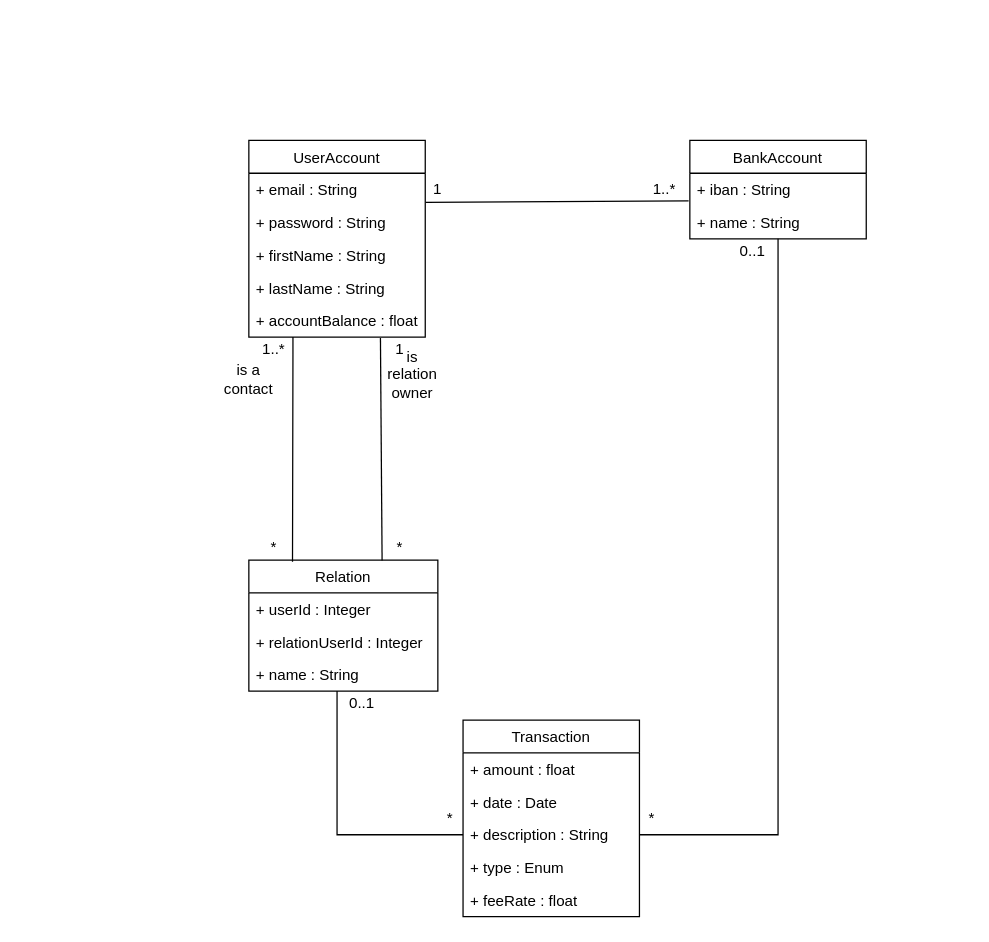
Before: page "diagramme_de_classes" (2 of 2) of PayMyBuddy_UML_diagrams.drawio in xhxcx/PayMyBuddy, a draw.io diagram. Source tidied: cells renumbered, new cells numbered last; positions are measured from the earlier drawing's top-left corner, leaving out a move shared by most shapes. Both pictures are drawn from the tidied source at 126%, with x=0, y=0 at pixel (223, 140).
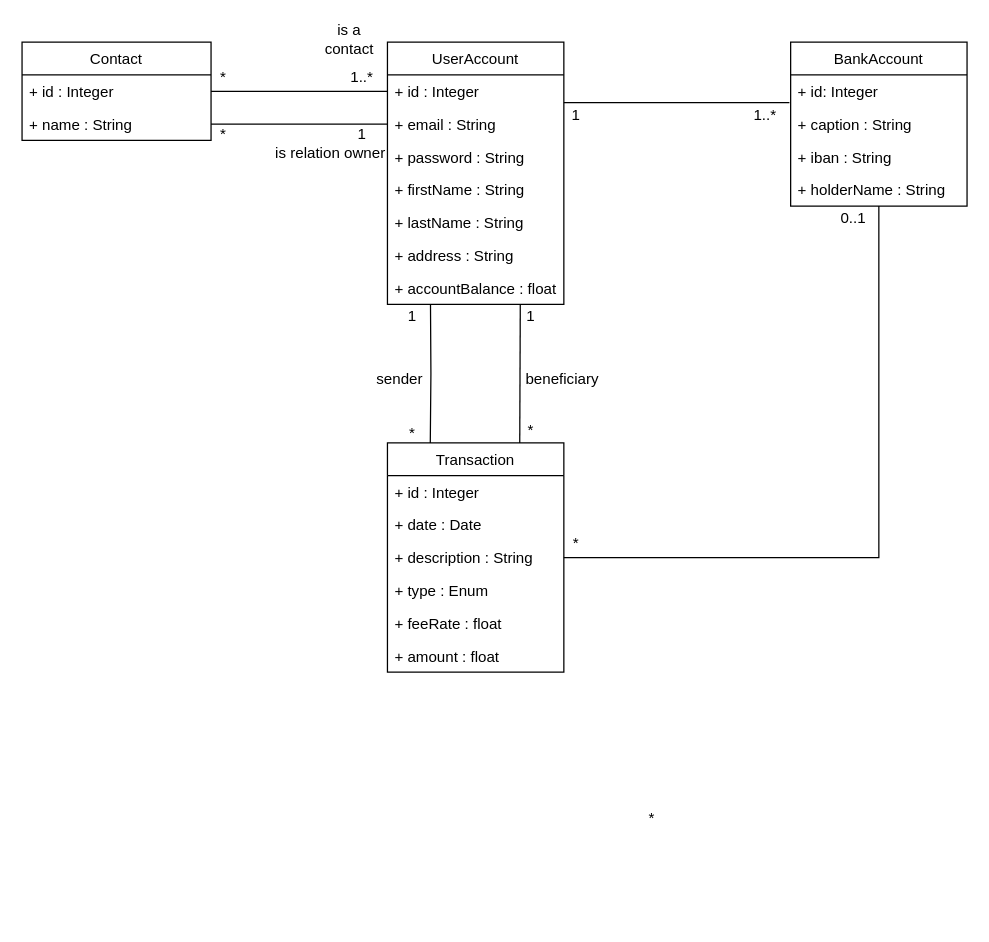
The same diagram, later.

The change refers to these unchanged cells:
```xml
<mxCell id="15" value="+ description : String" style="text;strokeColor=none;fillColor=none;align=left;verticalAlign=top;spacingLeft=4;spacingRight=4;overflow=hidden;points=[[0,0.5],[1,0.5]];portConstraint=eastwest;" parent="12" vertex="1">
  <mxGeometry y="78" width="140" height="26" as="geometry" />
</mxCell>
```

Change to the diagram source:
```diff
@@
     <mxCell id="2" value="UserAccount" style="swimlane;fontStyle=0;horizontal=1;startSize=26;fillColor=none;" parent="1" vertex="1">
-      <mxGeometry x="20" width="140" height="156" as="geometry" />
+      <mxGeometry x="130" y="-78" width="140" height="208" as="geometry" />
     </mxCell>
-    <mxCell id="3" value="+ email : String" style="text;strokeColor=none;fillColor=none;align=left;verticalAlign=top;spacingLeft=4;spacingRight=4;overflow=hidden;points=[[0,0.5],[1,0.5]];portConstraint=eastwest;" parent="2" vertex="1">
+    <mxCell id="3" value="+ id : Integer" style="text;strokeColor=none;fillColor=none;align=left;verticalAlign=top;spacingLeft=4;spacingRight=4;overflow=hidden;points=[[0,0.5],[1,0.5]];portConstraint=eastwest;" parent="2" vertex="1">
       <mxGeometry y="26" width="140" height="26" as="geometry" />
     </mxCell>
+    <mxCell id="39" value="+ email : String" style="text;strokeColor=none;fillColor=none;align=left;verticalAlign=top;spacingLeft=4;spacingRight=4;overflow=hidden;points=[[0,0.5],[1,0.5]];portConstraint=eastwest;" parent="2" vertex="1">
+      <mxGeometry y="52" width="140" height="26" as="geometry" />
+    </mxCell>
     <mxCell id="4" value="+ password : String" style="text;strokeColor=none;fillColor=none;align=left;verticalAlign=top;spacingLeft=4;spacingRight=4;overflow=hidden;" parent="2" vertex="1">
-      <mxGeometry y="52" width="140" height="26" as="geometry" />
+      <mxGeometry y="78" width="140" height="26" as="geometry" />
     </mxCell>
     <mxCell id="5" value="+ firstName : String" style="text;strokeColor=none;fillColor=none;align=left;verticalAlign=top;spacingLeft=4;spacingRight=4;overflow=hidden;" parent="2" vertex="1">
-      <mxGeometry y="78" width="140" height="26" as="geometry" />
+      <mxGeometry y="104" width="140" height="26" as="geometry" />
     </mxCell>
     <mxCell id="6" value="+ lastName : String" style="text;strokeColor=none;fillColor=none;align=left;verticalAlign=top;spacingLeft=4;spacingRight=4;overflow=hidden;" parent="2" vertex="1">
-      <mxGeometry y="104" width="140" height="26" as="geometry" />
+      <mxGeometry y="130" width="140" height="26" as="geometry" />
     </mxCell>
+    <mxCell id="40" value="+ address : String" style="text;strokeColor=none;fillColor=none;align=left;verticalAlign=top;spacingLeft=4;spacingRight=4;overflow=hidden;" parent="2" vertex="1">
+      <mxGeometry y="156" width="140" height="26" as="geometry" />
+    </mxCell>
     <mxCell id="7" value="+ accountBalance : float" style="text;strokeColor=none;fillColor=none;align=left;verticalAlign=top;spacingLeft=4;spacingRight=4;overflow=hidden;points=[[0,0.5],[1,0.5]];portConstraint=eastwest;" parent="2" vertex="1">
-      <mxGeometry y="130" width="140" height="26" as="geometry" />
+      <mxGeometry y="182" width="140" height="26" as="geometry" />
     </mxCell>
     <mxCell id="8" value="BankAccount" style="swimlane;fontStyle=0;horizontal=1;startSize=26;fillColor=none;" parent="1" vertex="1">
-      <mxGeometry x="370" width="140" height="78" as="geometry" />
+      <mxGeometry x="450" y="-78" width="140" height="130" as="geometry" />
     </mxCell>
-    <mxCell id="9" value="+ iban : String" style="text;strokeColor=none;fillColor=none;align=left;verticalAlign=top;spacingLeft=4;spacingRight=4;overflow=hidden;points=[[0,0.5],[1,0.5]];portConstraint=eastwest;" parent="8" vertex="1">
+    <mxCell id="9" value="+ id: Integer" style="text;strokeColor=none;fillColor=none;align=left;verticalAlign=top;spacingLeft=4;spacingRight=4;overflow=hidden;points=[[0,0.5],[1,0.5]];portConstraint=eastwest;" parent="8" vertex="1">
       <mxGeometry y="26" width="140" height="26" as="geometry" />
     </mxCell>
-    <mxCell id="10" value="+ name : String" style="text;strokeColor=none;fillColor=none;align=left;verticalAlign=top;spacingLeft=4;spacingRight=4;overflow=hidden;" parent="8" vertex="1">
+    <mxCell id="10" value="+ caption : String" style="text;strokeColor=none;fillColor=none;align=left;verticalAlign=top;spacingLeft=4;spacingRight=4;overflow=hidden;" parent="8" vertex="1">
       <mxGeometry y="52" width="140" height="26" as="geometry" />
     </mxCell>
+    <mxCell id="41" value="+ iban : String" style="text;strokeColor=none;fillColor=none;align=left;verticalAlign=top;spacingLeft=4;spacingRight=4;overflow=hidden;" parent="8" vertex="1">
+      <mxGeometry y="78" width="140" height="26" as="geometry" />
+    </mxCell>
+    <mxCell id="42" value="+ holderName : String" style="text;strokeColor=none;fillColor=none;align=left;verticalAlign=top;spacingLeft=4;spacingRight=4;overflow=hidden;" parent="8" vertex="1">
+      <mxGeometry y="104" width="140" height="26" as="geometry" />
+    </mxCell>
-    <mxCell id="11" style="endArrow=none;endFill=0;html=1;align=left;verticalAlign=top;exitX=1.003;exitY=0.889;exitDx=0;exitDy=0;exitPerimeter=0;entryX=-0.007;entryY=0.846;entryDx=0;entryDy=0;entryPerimeter=0;rounded=0;" parent="1" edge="1" source="3" target="9">
-      <mxGeometry x="-1" relative="1" as="geometry" />
+    <mxCell id="11" style="endArrow=none;endFill=0;html=1;align=left;verticalAlign=top;entryX=-0.007;entryY=0.846;entryDx=0;entryDy=0;entryPerimeter=0;rounded=0;" parent="1" edge="1" target="9">
+      <mxGeometry x="-1" relative="1" as="geometry">
+        <mxPoint x="270" y="-30" as="sourcePoint" />
+      </mxGeometry>
     </mxCell>
+    <mxCell id="43" style="edgeStyle=orthogonalEdgeStyle;rounded=0;jettySize=auto;html=1;entryX=0.244;entryY=1.011;entryDx=0;entryDy=0;entryPerimeter=0;endArrow=none;endFill=0;" parent="1" edge="1" target="7">
+      <mxGeometry relative="1" as="geometry">
+        <mxPoint x="164" y="240" as="sourcePoint" />
+      </mxGeometry>
+    </mxCell>
+    <mxCell id="44" style="rounded=0;jettySize=auto;html=1;exitX=0.75;exitY=0;exitDx=0;exitDy=0;entryX=0.753;entryY=1.008;entryDx=0;entryDy=0;entryPerimeter=0;endArrow=none;endFill=0;" parent="1" edge="1" source="12" target="7">
+      <mxGeometry relative="1" as="geometry" />
+    </mxCell>
     <mxCell id="12" value="Transaction" style="swimlane;fontStyle=0;horizontal=1;startSize=26;fillColor=none;" parent="1" vertex="1">
-      <mxGeometry x="190" y="460" width="140" height="156" as="geometry" />
+      <mxGeometry x="130" y="240" width="140" height="182" as="geometry" />
     </mxCell>
-    <mxCell id="13" value="+ amount : float" style="text;strokeColor=none;fillColor=none;align=left;verticalAlign=top;spacingLeft=4;spacingRight=4;overflow=hidden;" parent="12" vertex="1">
+    <mxCell id="13" value="+ id : Integer" style="text;strokeColor=none;fillColor=none;align=left;verticalAlign=top;spacingLeft=4;spacingRight=4;overflow=hidden;" parent="12" vertex="1">
       <mxGeometry y="26" width="140" height="26" as="geometry" />
     </mxCell>
@@
+    <mxCell id="45" value="+ amount : float" style="text;strokeColor=none;fillColor=none;align=left;verticalAlign=top;spacingLeft=4;spacingRight=4;overflow=hidden;" parent="12" vertex="1">
+      <mxGeometry y="156" width="140" height="26" as="geometry" />
+    </mxCell>
-    <mxCell id="18" value="Relation" style="swimlane;fontStyle=0;horizontal=1;startSize=26;fillColor=none;" parent="1" vertex="1">
-      <mxGeometry x="20" y="333" width="150" height="104" as="geometry" />
+    <mxCell id="18" value="Contact" style="swimlane;fontStyle=0;horizontal=1;startSize=26;fillColor=none;" parent="1" vertex="1">
+      <mxGeometry x="-160" y="-78" width="150" height="78" as="geometry" />
     </mxCell>
-    <mxCell id="19" value="+ userId : Integer" style="text;strokeColor=none;fillColor=none;align=left;verticalAlign=top;spacingLeft=4;spacingRight=4;overflow=hidden;" parent="18" vertex="1">
+    <mxCell id="19" value="+ id : Integer" style="text;strokeColor=none;fillColor=none;align=left;verticalAlign=top;spacingLeft=4;spacingRight=4;overflow=hidden;" parent="18" vertex="1">
       <mxGeometry y="26" width="150" height="26" as="geometry" />
     </mxCell>
-    <mxCell id="20" value="+ relationUserId : Integer" style="text;strokeColor=none;fillColor=none;align=left;verticalAlign=top;spacingLeft=4;spacingRight=4;overflow=hidden;" parent="18" vertex="1">
-      <mxGeometry y="52" width="150" height="26" as="geometry" />
-    </mxCell>
     <mxCell id="21" value="+ name : String" style="text;strokeColor=none;fillColor=none;align=left;verticalAlign=top;spacingLeft=4;spacingRight=4;overflow=hidden;points=[[0,0.5],[1,0.5]];portConstraint=eastwest;" parent="18" vertex="1">
-      <mxGeometry y="78" width="150" height="26" as="geometry" />
+      <mxGeometry y="52" width="150" height="26" as="geometry" />
     </mxCell>
-    <mxCell id="22" style="endArrow=none;html=1;rounded=0;entryX=0.231;entryY=0.012;entryDx=0;entryDy=0;exitX=0.25;exitY=1;exitDx=0;exitDy=0;entryPerimeter=0;" parent="1" edge="1" source="2" target="18">
-      <mxGeometry relative="1" as="geometry">
-        <Array as="points">
-          <mxPoint x="55" y="170" />
-        </Array>
-      </mxGeometry>
-    </mxCell>
     <mxCell id="23" value="1..*" style="text;html=1;strokeColor=none;fillColor=none;align=center;verticalAlign=middle;whiteSpace=wrap;rounded=0;" parent="1" vertex="1">
-      <mxGeometry x="20" y="156" width="40" height="20" as="geometry" />
+      <mxGeometry x="90" y="-60" width="40" height="20" as="geometry" />
     </mxCell>
     <mxCell id="24" value="*" style="text;html=1;strokeColor=none;fillColor=none;align=center;verticalAlign=middle;whiteSpace=wrap;rounded=0;" parent="1" vertex="1">
-      <mxGeometry x="20" y="313" width="40" height="20" as="geometry" />
+      <mxGeometry x="-20" y="-15" width="40" height="20" as="geometry" />
     </mxCell>
     <mxCell id="25" value="is a contact" style="text;html=1;strokeColor=none;fillColor=none;align=center;verticalAlign=middle;whiteSpace=wrap;rounded=0;" parent="1" vertex="1">
-      <mxGeometry y="180" width="40" height="20" as="geometry" />
+      <mxGeometry x="80" y="-90" width="40" height="20" as="geometry" />
     </mxCell>
     <mxCell id="26" value="is relation owner" style="text;html=1;strokeColor=none;fillColor=none;align=center;verticalAlign=middle;whiteSpace=wrap;rounded=0;" parent="1" vertex="1">
-      <mxGeometry x="130" y="176" width="40" height="20" as="geometry" />
+      <mxGeometry x="40" width="90" height="20" as="geometry" />
     </mxCell>
-    <mxCell id="27" style="endArrow=none;html=1;rounded=0;exitX=0.746;exitY=1.026;exitDx=0;exitDy=0;exitPerimeter=0;entryX=0.705;entryY=0.003;entryDx=0;entryDy=0;entryPerimeter=0;" parent="1" edge="1" source="7" target="18">
-      <mxGeometry relative="1" as="geometry" />
-    </mxCell>
     <mxCell id="28" value="1" style="text;html=1;strokeColor=none;fillColor=none;align=center;verticalAlign=middle;whiteSpace=wrap;rounded=0;" parent="1" vertex="1">
-      <mxGeometry x="120" y="156" width="40" height="20" as="geometry" />
+      <mxGeometry x="90" y="-15" width="40" height="20" as="geometry" />
     </mxCell>
     <mxCell id="29" value="*" style="text;html=1;strokeColor=none;fillColor=none;align=center;verticalAlign=middle;whiteSpace=wrap;rounded=0;" parent="1" vertex="1">
-      <mxGeometry x="120" y="313" width="40" height="20" as="geometry" />
+      <mxGeometry x="-20" y="-60" width="40" height="20" as="geometry" />
     </mxCell>
-    <mxCell id="30" style="edgeStyle=orthogonalEdgeStyle;rounded=0;jettySize=auto;html=1;exitX=0;exitY=0.5;exitDx=0;exitDy=0;endArrow=none;endFill=0;" parent="1" edge="1" source="15" target="21">
-      <mxGeometry relative="1" as="geometry">
-        <Array as="points">
-          <mxPoint x="90" y="551" />
-        </Array>
-      </mxGeometry>
-    </mxCell>
@@
     <mxCell id="32" value="1" style="text;html=1;strokeColor=none;fillColor=none;align=center;verticalAlign=middle;whiteSpace=wrap;rounded=0;" parent="1" vertex="1">
-      <mxGeometry x="150" y="29" width="40" height="20" as="geometry" />
+      <mxGeometry x="260" y="-30" width="40" height="20" as="geometry" />
     </mxCell>
     <mxCell id="33" value="0..1" style="text;html=1;strokeColor=none;fillColor=none;align=center;verticalAlign=middle;whiteSpace=wrap;rounded=0;" parent="1" vertex="1">
-      <mxGeometry x="400" y="78" width="40" height="20" as="geometry" />
+      <mxGeometry x="480" y="52" width="40" height="20" as="geometry" />
     </mxCell>
@@
-    <mxCell id="36" value="0..1" style="text;html=1;strokeColor=none;fillColor=none;align=center;verticalAlign=middle;whiteSpace=wrap;rounded=0;" parent="1" vertex="1">
-      <mxGeometry x="90" y="437" width="40" height="20" as="geometry" />
-    </mxCell>
-    <mxCell id="37" value="*" style="text;html=1;strokeColor=none;fillColor=none;align=center;verticalAlign=middle;whiteSpace=wrap;rounded=0;" parent="1" vertex="1">
-      <mxGeometry x="160" y="528" width="40" height="20" as="geometry" />
-    </mxCell>
     <mxCell id="38" value="1..*" style="text;html=1;strokeColor=none;fillColor=none;align=center;verticalAlign=middle;whiteSpace=wrap;rounded=0;" parent="1" vertex="1">
-      <mxGeometry x="330" y="29" width="40" height="20" as="geometry" />
+      <mxGeometry x="410" y="-30" width="40" height="20" as="geometry" />
     </mxCell>
+    <mxCell id="46" style="edgeStyle=orthogonalEdgeStyle;rounded=0;jettySize=auto;html=1;exitX=0;exitY=0.5;exitDx=0;exitDy=0;entryX=1;entryY=0.5;entryDx=0;entryDy=0;endArrow=none;endFill=0;" parent="1" edge="1" source="3" target="18">
+      <mxGeometry relative="1" as="geometry" />
+    </mxCell>
+    <mxCell id="47" style="edgeStyle=orthogonalEdgeStyle;rounded=0;jettySize=auto;html=1;exitX=0;exitY=0.5;exitDx=0;exitDy=0;entryX=1;entryY=0.5;entryDx=0;entryDy=0;endArrow=none;endFill=0;" parent="1" edge="1" source="39" target="21">
+      <mxGeometry relative="1" as="geometry" />
+    </mxCell>
+    <mxCell id="48" value="*" style="text;html=1;strokeColor=none;fillColor=none;align=center;verticalAlign=middle;whiteSpace=wrap;rounded=0;" parent="1" vertex="1">
+      <mxGeometry x="260" y="310" width="40" height="20" as="geometry" />
+    </mxCell>
+    <mxCell id="49" value="*" style="text;html=1;strokeColor=none;fillColor=none;align=center;verticalAlign=middle;whiteSpace=wrap;rounded=0;" parent="1" vertex="1">
+      <mxGeometry x="224" y="220" width="40" height="20" as="geometry" />
+    </mxCell>
+    <mxCell id="50" value="*" style="text;html=1;strokeColor=none;fillColor=none;align=center;verticalAlign=middle;whiteSpace=wrap;rounded=0;" parent="1" vertex="1">
+      <mxGeometry x="130" y="223" width="40" height="20" as="geometry" />
+    </mxCell>
+    <mxCell id="51" value="beneficiary" style="text;html=1;strokeColor=none;fillColor=none;align=center;verticalAlign=middle;whiteSpace=wrap;rounded=0;" parent="1" vertex="1">
+      <mxGeometry x="224" y="180" width="90" height="20" as="geometry" />
+    </mxCell>
+    <mxCell id="52" value="1" style="text;html=1;strokeColor=none;fillColor=none;align=center;verticalAlign=middle;whiteSpace=wrap;rounded=0;" parent="1" vertex="1">
+      <mxGeometry x="224" y="130" width="40" height="20" as="geometry" />
+    </mxCell>
+    <mxCell id="53" value="1" style="text;html=1;strokeColor=none;fillColor=none;align=center;verticalAlign=middle;whiteSpace=wrap;rounded=0;" parent="1" vertex="1">
+      <mxGeometry x="130" y="130" width="40" height="20" as="geometry" />
+    </mxCell>
+    <mxCell id="54" value="sender" style="text;html=1;strokeColor=none;fillColor=none;align=center;verticalAlign=middle;whiteSpace=wrap;rounded=0;" parent="1" vertex="1">
+      <mxGeometry x="120" y="180" width="40" height="20" as="geometry" />
+    </mxCell>
```
